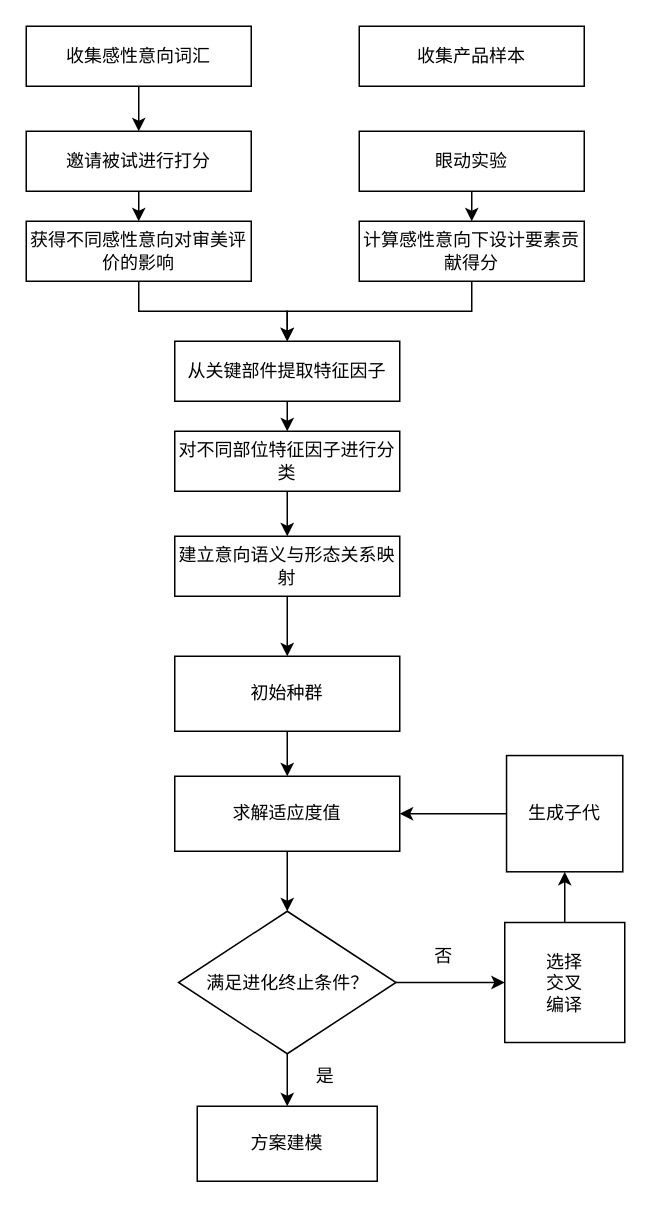
Earlier version of the draw.io diagram 毕业设计.drawio (df3dysn/Yang-). Source tidied: cells renumbered, new cells numbered last; positions are measured from the earlier drawing's top-left corner, leaving out a move shared by most shapes. Both pictures are drawn from the tidied source at 150%, with x=0, y=0 at pixel (26, 26).
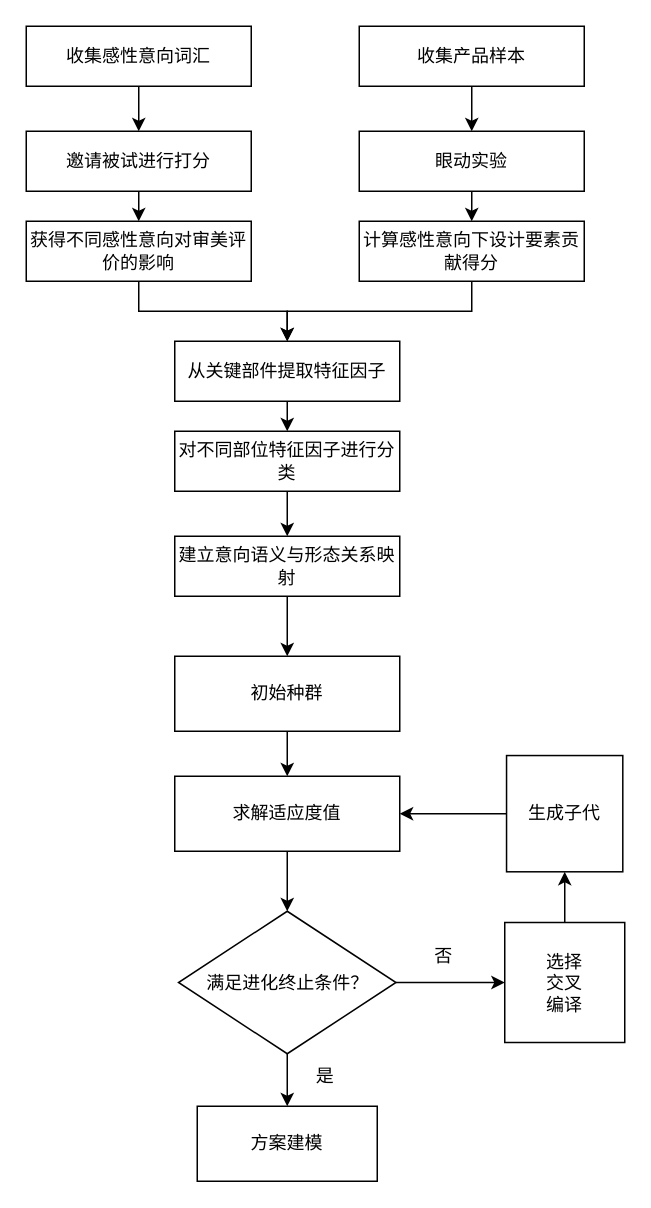
After the change.

Unchanged cells that the change refers to:
```xml
<mxCell id="4" value="收集产品样本" style="rounded=0;whiteSpace=wrap;html=1;" parent="1" vertex="1">
  <mxGeometry x="222" width="150" height="40" as="geometry" />
</mxCell>
<mxCell id="10" value="眼动实验" style="rounded=0;whiteSpace=wrap;html=1;" parent="1" vertex="1">
  <mxGeometry x="222" y="70" width="150" height="40" as="geometry" />
</mxCell>
```

Change to the diagram source:
```diff
@@
+    <mxCell id="33" style="edgeStyle=orthogonalEdgeStyle;rounded=0;jettySize=auto;html=1;exitX=0.5;exitY=1;exitDx=0;exitDy=0;" parent="1" edge="1" source="4" target="10">
+      <mxGeometry relative="1" as="geometry" />
+    </mxCell>
```
